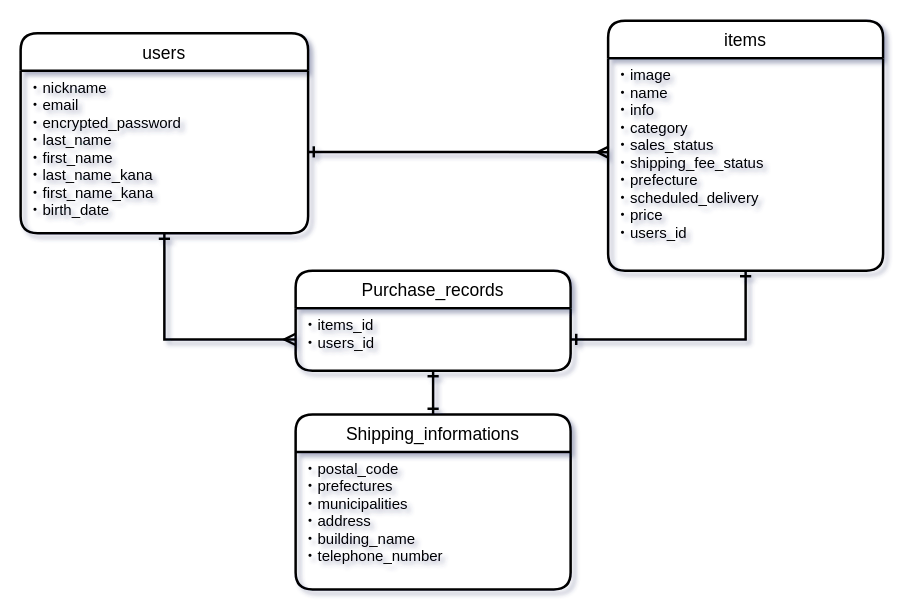
This is furima.dio from kohta-rainy/furima-36098, a draw.io file, before an edit. Source tidied: cells renumbered, new cells numbered last; positions are measured from the earlier drawing's top-left corner, leaving out a move shared by most shapes. Both pictures are drawn from the tidied source at 125%, with x=0, y=0 at pixel (20, 20).
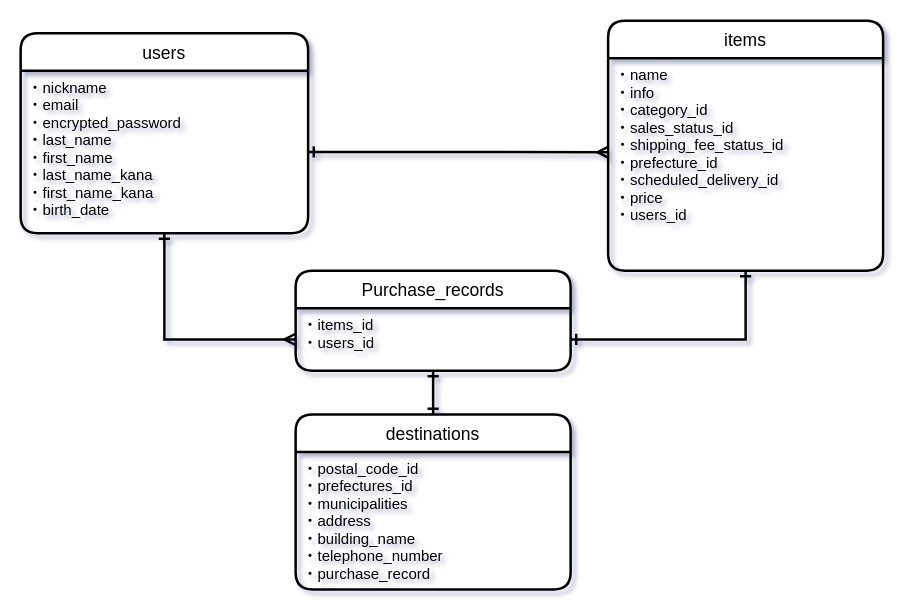
After the change.

Diff of the diagram source:
```diff
@@
 <mxGraphModel shadow="1">
   <root>
     <mxCell id="0" />
     <mxCell id="1" parent="0" />
     <mxCell id="2" value="users" style="swimlane;horizontal=1;startSize=30;rounded=1;fontSize=14;fontStyle=0;strokeWidth=2;shadow=0;dashed=0;align=center;" parent="1" vertex="1">
       <mxGeometry y="10" width="230" height="160" as="geometry" />
     </mxCell>
     <mxCell id="3" value="・nickname&#10;・email&#10;・encrypted_password&#10;・last_name&#10;・first_name&#10;・last_name_kana&#10;・first_name_kana&#10;・birth_date&#10;&#10;&#10;&#10;&#10;&#10;&#10;&#10;" style="align=left;strokeColor=none;fillColor=none;spacingLeft=4;fontSize=12;verticalAlign=top;" parent="2" vertex="1">
       <mxGeometry y="30" width="230" height="130" as="geometry" />
     </mxCell>
     <mxCell id="4" value="items" style="swimlane;horizontal=1;startSize=30;rounded=1;fontSize=14;fontStyle=0;strokeWidth=2;shadow=0;dashed=0;align=center;" parent="1" vertex="1">
       <mxGeometry x="470" width="220" height="200" as="geometry" />
     </mxCell>
-    <mxCell id="5" value="・image&#10;・name &#10;・info   &#10;・category&#10;・sales_status&#10;・shipping_fee_status&#10;・prefecture&#10;・scheduled_delivery&#10;・price&#10;・users_id&#10;&#10;&#10;&#10;&#10;&#10;&#10;&#10;&#10;&#10;&#10;&#10;&#10;&#10;&#10;&#10;&#10;&#10;&#10;&#10;&#10;&#10;&#10;&#10;&#10;&#10;" style="align=left;strokeColor=none;fillColor=none;spacingLeft=4;fontSize=12;verticalAlign=top;" parent="4" vertex="1">
+    <mxCell id="5" value="・name &#10;・info   &#10;・category_id&#10;・sales_status_id&#10;・shipping_fee_status_id&#10;・prefecture_id&#10;・scheduled_delivery_id&#10;・price&#10;・users_id&#10;&#10;&#10;&#10;&#10;&#10;&#10;&#10;&#10;&#10;&#10;&#10;&#10;&#10;&#10;&#10;&#10;&#10;&#10;&#10;&#10;&#10;&#10;&#10;&#10;&#10;" style="align=left;strokeColor=none;fillColor=none;spacingLeft=4;fontSize=12;verticalAlign=top;" parent="4" vertex="1">
       <mxGeometry y="30" width="220" height="170" as="geometry" />
     </mxCell>
     <mxCell id="6" value="Purchase_records" style="swimlane;horizontal=1;startSize=30;rounded=1;fontSize=14;fontStyle=0;strokeWidth=2;shadow=0;dashed=0;align=center;" parent="1" vertex="1">
       <mxGeometry x="220" y="200" width="220" height="80" as="geometry" />
     </mxCell>
     <mxCell id="7" value="・items_id&#10;・users_id&#10;&#10;&#10;&#10;&#10;&#10;&#10;&#10;" style="align=left;strokeColor=none;fillColor=none;spacingLeft=4;fontSize=12;verticalAlign=top;" parent="6" vertex="1">
       <mxGeometry y="30" width="220" height="50" as="geometry" />
     </mxCell>
-    <mxCell id="8" value="Shipping_informations" style="swimlane;horizontal=1;startSize=30;rounded=1;fontSize=14;fontStyle=0;strokeWidth=2;shadow=0;dashed=0;align=center;" parent="1" vertex="1">
+    <mxCell id="8" value="destinations" style="swimlane;horizontal=1;startSize=30;rounded=1;fontSize=14;fontStyle=0;strokeWidth=2;shadow=0;dashed=0;align=center;" parent="1" vertex="1">
       <mxGeometry x="220" y="315" width="220" height="140" as="geometry" />
     </mxCell>
-    <mxCell id="9" value="・postal_code&#10;・prefectures&#10;・municipalities&#10;・address&#10;・building_name&#10;・telephone_number&#10;&#10;&#10;&#10;&#10;&#10;&#10;&#10;&#10;&#10;&#10;" style="align=left;strokeColor=none;fillColor=none;spacingLeft=4;fontSize=12;verticalAlign=top;" parent="8" vertex="1">
+    <mxCell id="9" value="・postal_code_id&#10;・prefectures_id&#10;・municipalities&#10;・address&#10;・building_name&#10;・telephone_number&#10;・purchase_record&#10;&#10;&#10;&#10;&#10;&#10;&#10;&#10;&#10;&#10;&#10;" style="align=left;strokeColor=none;fillColor=none;spacingLeft=4;fontSize=12;verticalAlign=top;" parent="8" vertex="1">
       <mxGeometry y="30" width="220" height="110" as="geometry" />
     </mxCell>
     <mxCell id="10" style="edgeStyle=orthogonalEdgeStyle;rounded=0;jettySize=auto;html=1;exitX=1;exitY=0.5;exitDx=0;exitDy=0;entryX=0.002;entryY=0.443;entryDx=0;entryDy=0;entryPerimeter=0;startArrow=ERone;startFill=0;endArrow=ERmany;endFill=0;strokeWidth=2;" parent="1" edge="1" source="3" target="5">
       <mxGeometry relative="1" as="geometry" />
     </mxCell>
     <mxCell id="11" style="edgeStyle=orthogonalEdgeStyle;rounded=0;jettySize=auto;html=1;exitX=0.5;exitY=1;exitDx=0;exitDy=0;entryX=0;entryY=0.5;entryDx=0;entryDy=0;startArrow=ERone;startFill=0;endArrow=ERmany;endFill=0;strokeWidth=2;" parent="1" edge="1" source="3" target="7">
       <mxGeometry relative="1" as="geometry" />
     </mxCell>
     <mxCell id="12" style="edgeStyle=orthogonalEdgeStyle;rounded=0;jettySize=auto;html=1;exitX=0.5;exitY=1;exitDx=0;exitDy=0;entryX=1;entryY=0.5;entryDx=0;entryDy=0;startArrow=ERone;startFill=0;endArrow=ERone;endFill=0;strokeWidth=2;" parent="1" edge="1" source="5" target="7">
       <mxGeometry relative="1" as="geometry" />
     </mxCell>
     <mxCell id="13" style="edgeStyle=orthogonalEdgeStyle;rounded=0;jettySize=auto;html=1;exitX=0.5;exitY=1;exitDx=0;exitDy=0;entryX=0.5;entryY=0;entryDx=0;entryDy=0;startArrow=ERone;startFill=0;endArrow=ERone;endFill=0;strokeWidth=2;" parent="1" edge="1" source="7" target="8">
       <mxGeometry relative="1" as="geometry" />
     </mxCell>
   </root>
 </mxGraphModel>
```
